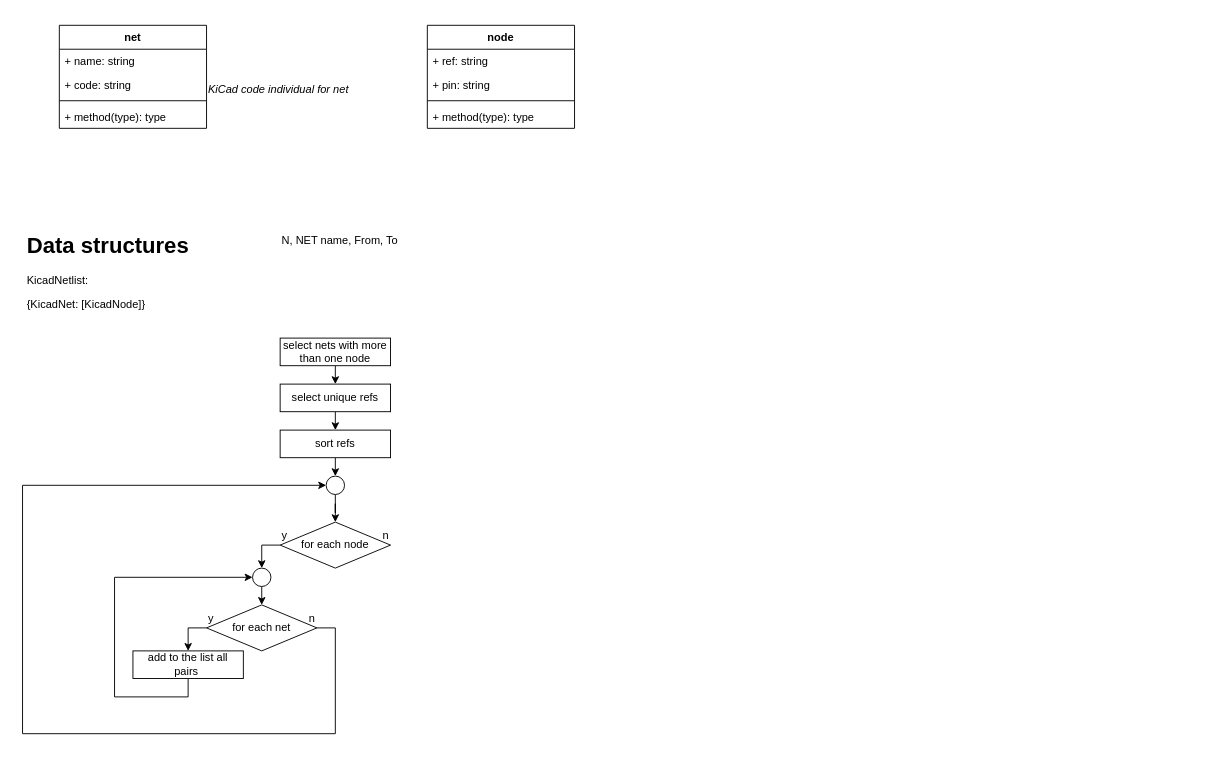
Earlier version of the draw.io diagram netlist_parser.drawio (gordyushenkov/KiCad_CT_parser). Source tidied: cells renumbered, new cells numbered last; positions are measured from the earlier drawing's top-left corner, leaving out a move shared by most shapes. Both pictures are drawn from the tidied source at 92%, with x=0, y=0 at pixel (22, 25).
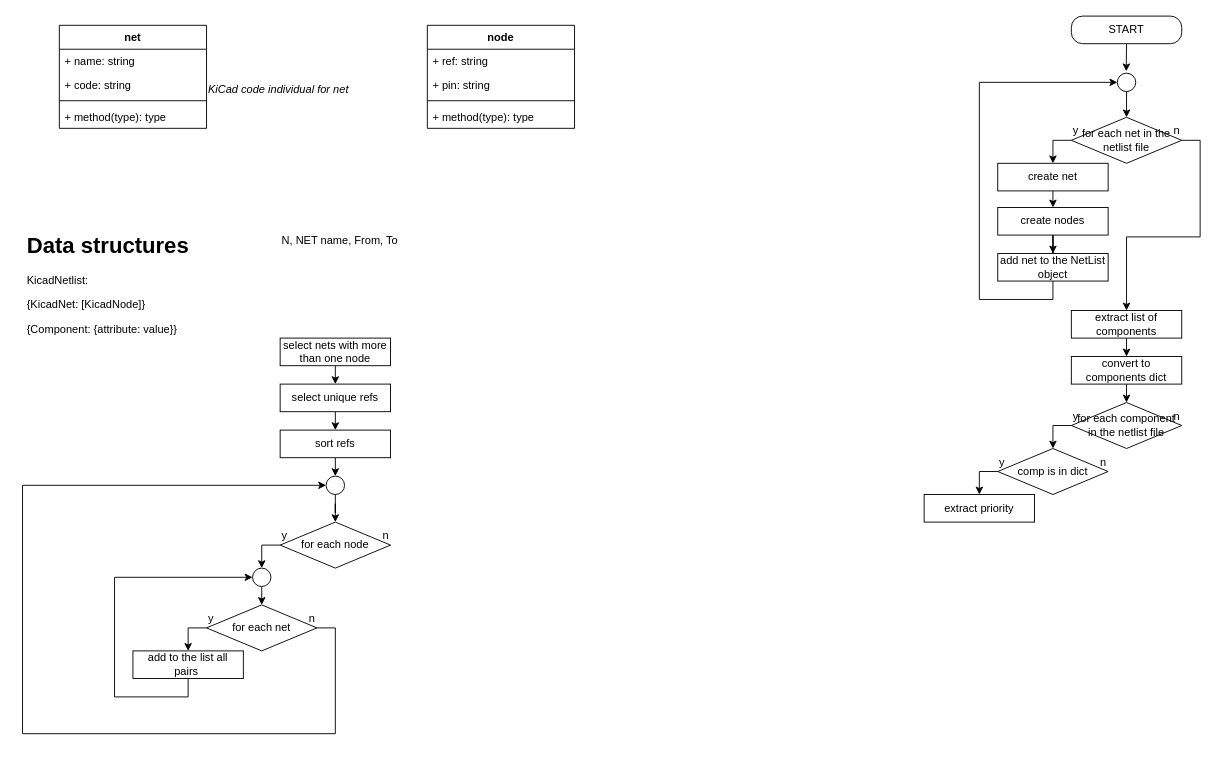
Above is the later version.

Commit message (it also covers changes not shown here):
[+] parsing and storing the 'priority' attribute

Change to the diagram source:
```diff
@@
-    <mxCell id="12" value="&lt;h1&gt;Data structures&lt;/h1&gt;&lt;p&gt;KicadNetlist:&lt;/p&gt;&lt;p&gt;{KicadNet: [KicadNode]}&lt;/p&gt;" style="text;html=1;strokeColor=none;fillColor=none;spacing=5;spacingTop=-20;whiteSpace=wrap;overflow=hidden;rounded=0;" parent="1" vertex="1">
+    <mxCell id="12" value="&lt;h1&gt;Data structures&lt;/h1&gt;&lt;p&gt;KicadNetlist:&lt;/p&gt;&lt;p&gt;{KicadNet: [KicadNode]}&lt;/p&gt;&lt;p&gt;{Component: {attribute: value}}&lt;/p&gt;" style="text;html=1;strokeColor=none;fillColor=none;spacing=5;spacingTop=-20;whiteSpace=wrap;overflow=hidden;rounded=0;" parent="1" vertex="1">
       <mxGeometry y="220" width="240" height="170" as="geometry" />
     </mxCell>
@@
+    <mxCell id="36" style="edgeStyle=orthogonalEdgeStyle;rounded=0;jettySize=auto;html=1;exitX=0.5;exitY=1;exitDx=0;exitDy=0;" parent="1" edge="1" source="37">
+      <mxGeometry relative="1" as="geometry">
+        <mxPoint x="1199.7" y="50" as="targetPoint" />
+      </mxGeometry>
+    </mxCell>
+    <mxCell id="37" value="START" style="rounded=1;whiteSpace=wrap;html=1;arcSize=41;" parent="1" vertex="1">
+      <mxGeometry x="1140" y="-10" width="120" height="30" as="geometry" />
+    </mxCell>
+    <mxCell id="38" style="edgeStyle=orthogonalEdgeStyle;rounded=0;jettySize=auto;html=1;exitX=0;exitY=0.5;exitDx=0;exitDy=0;entryX=0.5;entryY=0;entryDx=0;entryDy=0;" parent="1" edge="1" source="40" target="44">
+      <mxGeometry relative="1" as="geometry" />
+    </mxCell>
+    <mxCell id="39" style="edgeStyle=orthogonalEdgeStyle;rounded=0;jettySize=auto;html=1;exitX=1;exitY=0.5;exitDx=0;exitDy=0;entryX=0.5;entryY=0;entryDx=0;entryDy=0;" parent="1" edge="1" source="40" target="56">
+      <mxGeometry relative="1" as="geometry" />
+    </mxCell>
+    <mxCell id="40" value="for each net in the netlist file" style="rhombus;whiteSpace=wrap;html=1;" parent="1" vertex="1">
+      <mxGeometry x="1140" y="100" width="120" height="50" as="geometry" />
+    </mxCell>
+    <mxCell id="41" value="y" style="text;html=1;strokeColor=none;fillColor=none;align=center;verticalAlign=middle;whiteSpace=wrap;rounded=0;" parent="1" vertex="1">
+      <mxGeometry x="1140" y="110" width="10" height="10" as="geometry" />
+    </mxCell>
+    <mxCell id="42" value="n" style="text;html=1;strokeColor=none;fillColor=none;align=center;verticalAlign=middle;whiteSpace=wrap;rounded=0;" parent="1" vertex="1">
+      <mxGeometry x="1250" y="110" width="10" height="10" as="geometry" />
+    </mxCell>
+    <mxCell id="43" style="edgeStyle=orthogonalEdgeStyle;rounded=0;jettySize=auto;html=1;exitX=0.5;exitY=1;exitDx=0;exitDy=0;entryX=0.5;entryY=0;entryDx=0;entryDy=0;" parent="1" edge="1" source="44" target="46">
+      <mxGeometry relative="1" as="geometry" />
+    </mxCell>
+    <mxCell id="44" value="create net" style="rounded=0;whiteSpace=wrap;html=1;" parent="1" vertex="1">
+      <mxGeometry x="1060" y="150" width="120" height="30" as="geometry" />
+    </mxCell>
+    <mxCell id="45" style="edgeStyle=orthogonalEdgeStyle;rounded=0;jettySize=auto;html=1;" parent="1" edge="1" source="46" target="48">
+      <mxGeometry relative="1" as="geometry" />
+    </mxCell>
+    <mxCell id="46" value="create nodes" style="rounded=0;whiteSpace=wrap;html=1;" parent="1" vertex="1">
+      <mxGeometry x="1060" y="198" width="120" height="30" as="geometry" />
+    </mxCell>
+    <mxCell id="47" style="edgeStyle=orthogonalEdgeStyle;rounded=0;jettySize=auto;html=1;exitX=0.5;exitY=1;exitDx=0;exitDy=0;entryX=0;entryY=0.5;entryDx=0;entryDy=0;" parent="1" edge="1" source="48" target="50">
+      <mxGeometry relative="1" as="geometry">
+        <Array as="points">
+          <mxPoint x="1120" y="298" />
+          <mxPoint x="1040" y="298" />
+          <mxPoint x="1040" y="62" />
+        </Array>
+      </mxGeometry>
+    </mxCell>
+    <mxCell id="48" value="add net to the NetList object" style="rounded=0;whiteSpace=wrap;html=1;" parent="1" vertex="1">
+      <mxGeometry x="1060" y="248" width="120" height="30" as="geometry" />
+    </mxCell>
+    <mxCell id="49" style="edgeStyle=orthogonalEdgeStyle;rounded=0;jettySize=auto;html=1;exitX=0.5;exitY=1;exitDx=0;exitDy=0;entryX=0.5;entryY=0;entryDx=0;entryDy=0;" parent="1" edge="1" source="50" target="40">
+      <mxGeometry relative="1" as="geometry" />
+    </mxCell>
+    <mxCell id="50" style="ellipse;whiteSpace=wrap;html=1;" parent="1" vertex="1">
+      <mxGeometry x="1190" y="52" width="20" height="20" as="geometry" />
+    </mxCell>
+    <mxCell id="51" style="edgeStyle=orthogonalEdgeStyle;rounded=0;jettySize=auto;html=1;exitX=0;exitY=0.5;exitDx=0;exitDy=0;entryX=0.5;entryY=0;entryDx=0;entryDy=0;" parent="1" edge="1" source="52">
+      <mxGeometry relative="1" as="geometry">
+        <mxPoint x="1120" y="460" as="targetPoint" />
+      </mxGeometry>
+    </mxCell>
+    <mxCell id="52" value="for each component in the netlist file" style="rhombus;whiteSpace=wrap;html=1;" parent="1" vertex="1">
+      <mxGeometry x="1140" y="410" width="120" height="50" as="geometry" />
+    </mxCell>
+    <mxCell id="53" value="y" style="text;html=1;strokeColor=none;fillColor=none;align=center;verticalAlign=middle;whiteSpace=wrap;rounded=0;" parent="1" vertex="1">
+      <mxGeometry x="1140" y="420" width="10" height="10" as="geometry" />
+    </mxCell>
+    <mxCell id="54" value="n" style="text;html=1;strokeColor=none;fillColor=none;align=center;verticalAlign=middle;whiteSpace=wrap;rounded=0;" parent="1" vertex="1">
+      <mxGeometry x="1250" y="420" width="10" height="10" as="geometry" />
+    </mxCell>
+    <mxCell id="55" style="edgeStyle=orthogonalEdgeStyle;rounded=0;jettySize=auto;html=1;exitX=0.5;exitY=1;exitDx=0;exitDy=0;" parent="1" edge="1" source="56">
+      <mxGeometry relative="1" as="geometry">
+        <mxPoint x="1200" y="360" as="targetPoint" />
+      </mxGeometry>
+    </mxCell>
+    <mxCell id="56" value="extract list of components" style="rounded=0;whiteSpace=wrap;html=1;" parent="1" vertex="1">
+      <mxGeometry x="1140" y="310" width="120" height="30" as="geometry" />
+    </mxCell>
+    <mxCell id="57" style="edgeStyle=orthogonalEdgeStyle;rounded=0;jettySize=auto;html=1;exitX=0.5;exitY=1;exitDx=0;exitDy=0;entryX=0.5;entryY=0;entryDx=0;entryDy=0;" parent="1" edge="1" source="58" target="52">
+      <mxGeometry relative="1" as="geometry" />
+    </mxCell>
+    <mxCell id="58" value="convert to components dict" style="rounded=0;whiteSpace=wrap;html=1;" parent="1" vertex="1">
+      <mxGeometry x="1140" y="360" width="120" height="30" as="geometry" />
+    </mxCell>
+    <mxCell id="59" style="edgeStyle=orthogonalEdgeStyle;rounded=0;jettySize=auto;html=1;exitX=0;exitY=0.5;exitDx=0;exitDy=0;entryX=0.5;entryY=0;entryDx=0;entryDy=0;" parent="1" edge="1" source="60" target="63">
+      <mxGeometry relative="1" as="geometry" />
+    </mxCell>
+    <mxCell id="60" value="comp is in dict" style="rhombus;whiteSpace=wrap;html=1;" parent="1" vertex="1">
+      <mxGeometry x="1060" y="460" width="120" height="50" as="geometry" />
+    </mxCell>
+    <mxCell id="61" value="y" style="text;html=1;strokeColor=none;fillColor=none;align=center;verticalAlign=middle;whiteSpace=wrap;rounded=0;" parent="1" vertex="1">
+      <mxGeometry x="1060" y="470" width="10" height="10" as="geometry" />
+    </mxCell>
+    <mxCell id="62" value="n" style="text;html=1;strokeColor=none;fillColor=none;align=center;verticalAlign=middle;whiteSpace=wrap;rounded=0;" parent="1" vertex="1">
+      <mxGeometry x="1170" y="470" width="10" height="10" as="geometry" />
+    </mxCell>
+    <mxCell id="63" value="extract priority" style="rounded=0;whiteSpace=wrap;html=1;" parent="1" vertex="1">
+      <mxGeometry x="980" y="510" width="120" height="30" as="geometry" />
+    </mxCell>
```
